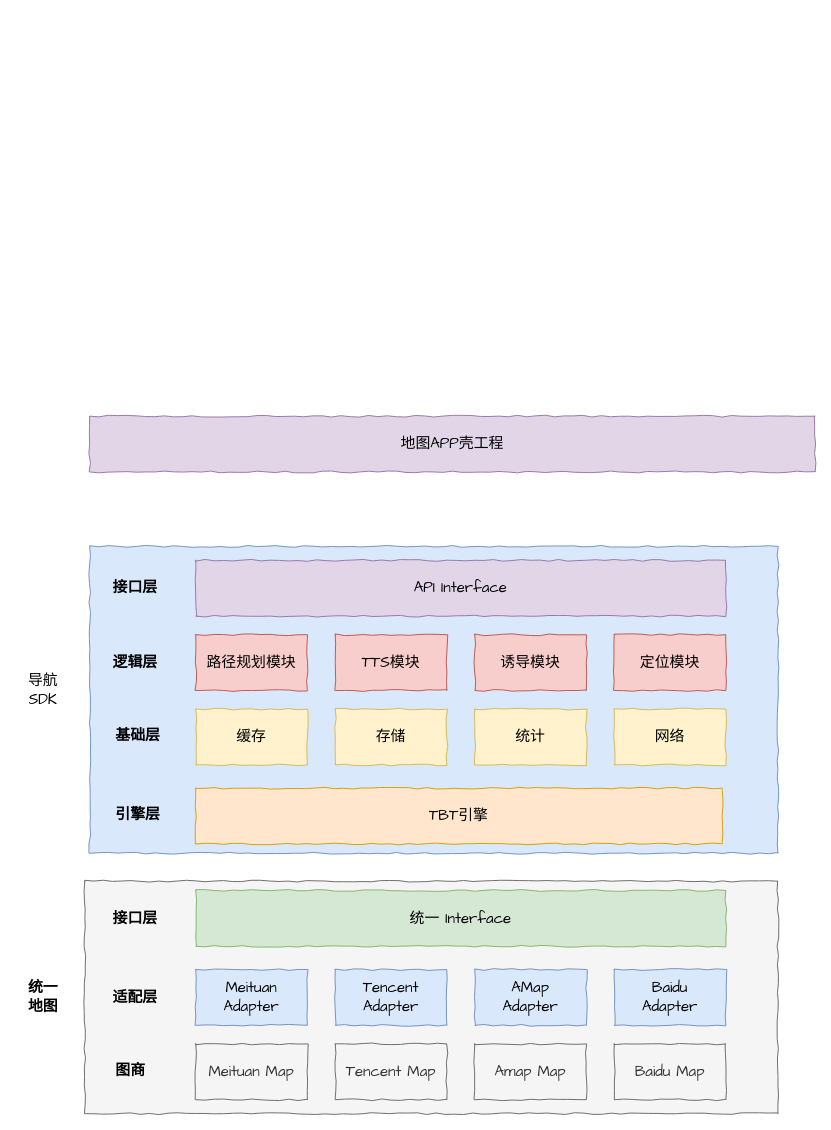
Above: 地图app导航.drawio in TryLoveCatch/charts (draw.io), before the change. Source tidied: cells renumbered, new cells numbered last; positions are measured from the earlier drawing's top-left corner, leaving out a move shared by most shapes. Both pictures are drawn from the tidied source at 93%, with x=0, y=0 at pixel (16, 416).
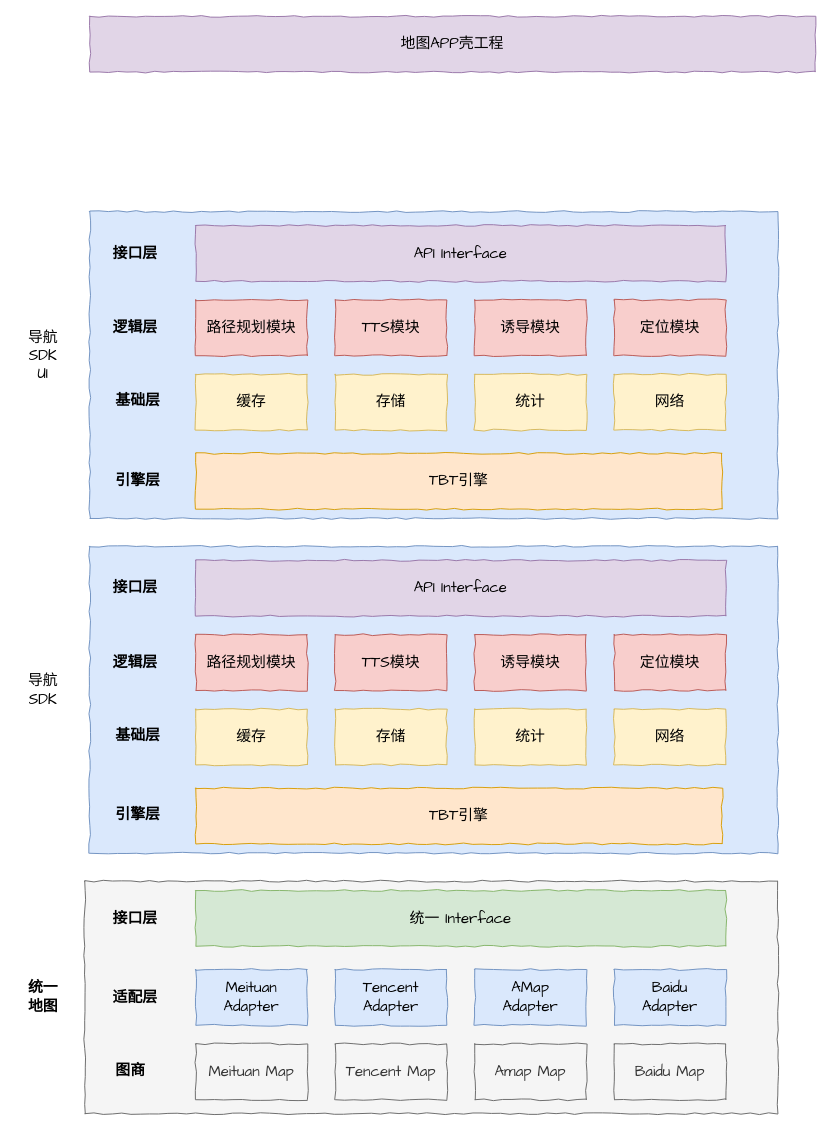
Above is the later version.

Commit message (it also covers changes not shown here):
更新地图app导航.drawio

The edit, as a diff of the source:
```diff
@@
     <mxCell id="16" value="地图APP壳工程" style="rounded=0;whiteSpace=wrap;html=1;comic=1;fontFamily=Comic Sans MS;fontSize=16;fillColor=#e1d5e7;strokeColor=#9673a6;" parent="1" vertex="1">
-      <mxGeometry x="79" width="780" height="60" as="geometry" />
+      <mxGeometry x="79" y="-430" width="780" height="60" as="geometry" />
     </mxCell>
@@
+    <mxCell id="33" value="导航&lt;br&gt;SDK&lt;br&gt;UI" style="text;html=1;strokeColor=none;fillColor=none;align=center;verticalAlign=middle;whiteSpace=wrap;rounded=0;comic=1;fontFamily=Comic Sans MS;fontSize=16;" parent="1" vertex="1">
+      <mxGeometry x="9" y="-75" width="40" height="20" as="geometry" />
+    </mxCell>
+    <mxCell id="34" style="rounded=0;whiteSpace=wrap;html=1;comic=1;fontFamily=Comic Sans MS;fontSize=16;fillColor=#dae8fc;strokeColor=#6c8ebf;" parent="1" vertex="1">
+      <mxGeometry x="79" y="-220" width="740" height="330" as="geometry" />
+    </mxCell>
+    <mxCell id="35" value="缓存" style="rounded=0;whiteSpace=wrap;html=1;comic=1;fillColor=#fff2cc;strokeColor=#d6b656;fontSize=16;fontFamily=Comic Sans MS;" parent="1" vertex="1">
+      <mxGeometry x="193" y="-45" width="120" height="60" as="geometry" />
+    </mxCell>
+    <mxCell id="36" value="存储" style="rounded=0;whiteSpace=wrap;html=1;comic=1;fillColor=#fff2cc;strokeColor=#d6b656;fontSize=16;fontFamily=Comic Sans MS;" parent="1" vertex="1">
+      <mxGeometry x="343" y="-45" width="120" height="60" as="geometry" />
+    </mxCell>
+    <mxCell id="37" value="统计" style="rounded=0;whiteSpace=wrap;html=1;comic=1;fillColor=#fff2cc;strokeColor=#d6b656;fontSize=16;fontFamily=Comic Sans MS;" parent="1" vertex="1">
+      <mxGeometry x="493" y="-45" width="120" height="60" as="geometry" />
+    </mxCell>
+    <mxCell id="38" value="网络" style="rounded=0;whiteSpace=wrap;html=1;comic=1;fillColor=#fff2cc;strokeColor=#d6b656;fontSize=16;fontFamily=Comic Sans MS;" parent="1" vertex="1">
+      <mxGeometry x="643" y="-45" width="120" height="60" as="geometry" />
+    </mxCell>
+    <mxCell id="39" value="路径规划模块" style="rounded=0;whiteSpace=wrap;html=1;comic=1;fillColor=#f8cecc;strokeColor=#b85450;fontSize=16;fontFamily=Comic Sans MS;" parent="1" vertex="1">
+      <mxGeometry x="193" y="-125" width="120" height="60" as="geometry" />
+    </mxCell>
+    <mxCell id="40" value="基础层" style="text;html=1;strokeColor=none;fillColor=none;align=center;verticalAlign=middle;whiteSpace=wrap;rounded=0;comic=1;fontFamily=Comic Sans MS;fontSize=16;fontStyle=1;" parent="1" vertex="1">
+      <mxGeometry x="103" y="-25" width="56" height="18" as="geometry" />
+    </mxCell>
+    <mxCell id="41" value="TTS模块" style="rounded=0;whiteSpace=wrap;html=1;comic=1;fillColor=#f8cecc;strokeColor=#b85450;fontSize=16;fontFamily=Comic Sans MS;" parent="1" vertex="1">
+      <mxGeometry x="343" y="-125" width="120" height="60" as="geometry" />
+    </mxCell>
+    <mxCell id="42" value="诱导模块" style="rounded=0;whiteSpace=wrap;html=1;comic=1;fillColor=#f8cecc;strokeColor=#b85450;fontSize=16;fontFamily=Comic Sans MS;" parent="1" vertex="1">
+      <mxGeometry x="493" y="-125" width="120" height="60" as="geometry" />
+    </mxCell>
+    <mxCell id="43" value="定位模块" style="rounded=0;whiteSpace=wrap;html=1;comic=1;fillColor=#f8cecc;strokeColor=#b85450;fontSize=16;fontFamily=Comic Sans MS;" parent="1" vertex="1">
+      <mxGeometry x="643" y="-125" width="120" height="60" as="geometry" />
+    </mxCell>
+    <mxCell id="44" value="逻辑层" style="text;html=1;strokeColor=none;fillColor=none;align=center;verticalAlign=middle;whiteSpace=wrap;rounded=0;comic=1;fontFamily=Comic Sans MS;fontSize=16;fontStyle=1;" parent="1" vertex="1">
+      <mxGeometry x="103" y="-105" width="50" height="20" as="geometry" />
+    </mxCell>
+    <mxCell id="45" value="接口层" style="text;html=1;strokeColor=none;fillColor=none;align=center;verticalAlign=middle;whiteSpace=wrap;rounded=0;comic=1;fontFamily=Comic Sans MS;fontSize=16;fontStyle=1;" parent="1" vertex="1">
+      <mxGeometry x="103" y="-185" width="50" height="20" as="geometry" />
+    </mxCell>
+    <mxCell id="46" value="API Interface" style="rounded=0;whiteSpace=wrap;html=1;comic=1;fillColor=#e1d5e7;strokeColor=#9673a6;fontSize=16;fontFamily=Comic Sans MS;" parent="1" vertex="1">
+      <mxGeometry x="193" y="-205" width="570" height="60" as="geometry" />
+    </mxCell>
+    <mxCell id="47" value="TBT引擎" style="rounded=0;whiteSpace=wrap;html=1;comic=1;fillColor=#ffe6cc;strokeColor=#d79b00;fontSize=16;fontFamily=Comic Sans MS;" parent="1" vertex="1">
+      <mxGeometry x="193" y="40" width="566" height="60" as="geometry" />
+    </mxCell>
+    <mxCell id="48" value="引擎层" style="text;html=1;strokeColor=none;fillColor=none;align=center;verticalAlign=middle;whiteSpace=wrap;rounded=0;comic=1;fontFamily=Comic Sans MS;fontSize=16;fontStyle=1;" parent="1" vertex="1">
+      <mxGeometry x="103" y="60" width="56" height="18" as="geometry" />
+    </mxCell>
```
